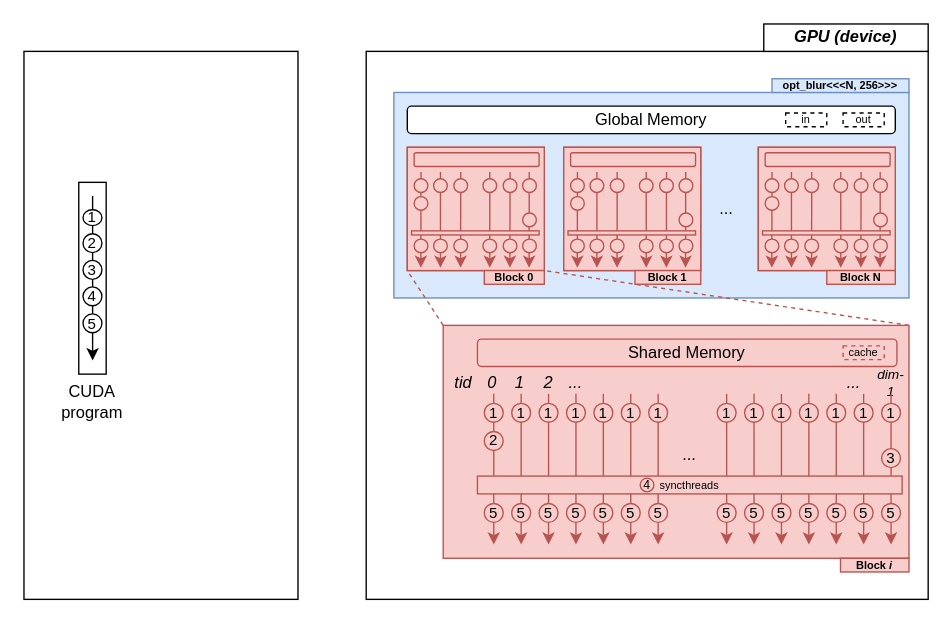
This is diag.drawio from hhkit/draw-io-bin, a draw.io file, before an edit. Source tidied: cells renumbered, new cells numbered last; positions are measured from the earlier drawing's top-left corner, leaving out a move shared by most shapes. Both pictures are drawn from the tidied source at 137%, with x=0, y=0 at pixel (23, 23).
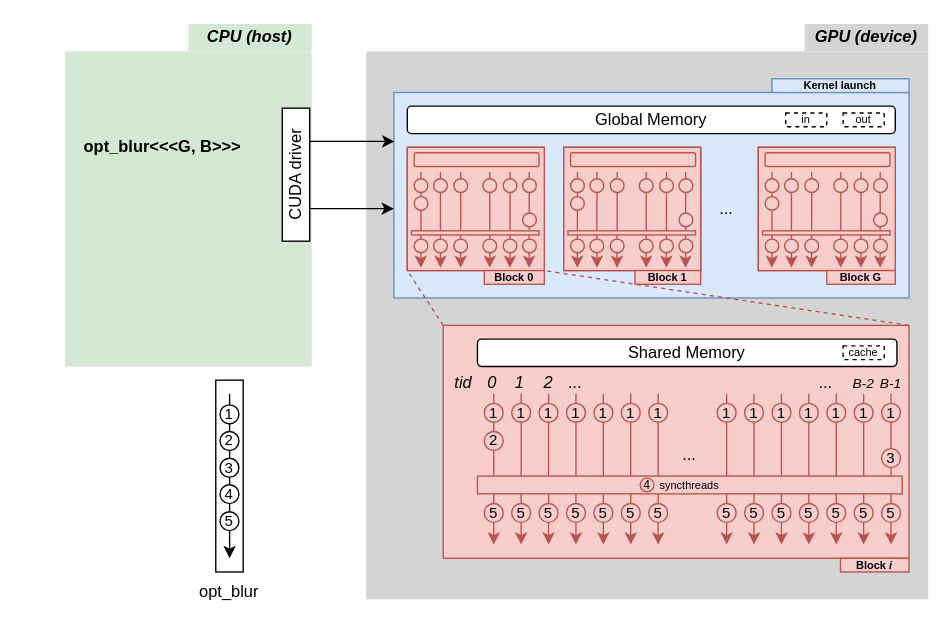
The same diagram, later.

The change refers to these unchanged cells:
```xml
<mxCell id="7" style="rounded=0;whiteSpace=wrap;html=1;labelBackgroundColor=none;fillColor=#dae8fc;strokeColor=#6c8ebf;" parent="1" vertex="1">
  <mxGeometry x="270" y="50" width="376" height="150" as="geometry" />
</mxCell>
```

What changed in the source:
```diff
@@
-    <mxCell id="2" style="rounded=0;whiteSpace=wrap;html=1;" parent="1" vertex="1">
-      <mxGeometry y="20" width="200" height="400" as="geometry" />
+    <mxCell id="2" style="rounded=0;whiteSpace=wrap;html=1;strokeColor=none;fillColor=#d5e8d4;" parent="1" vertex="1">
+      <mxGeometry x="30" y="20" width="180" height="230" as="geometry" />
     </mxCell>
+    <mxCell id="153" value="&lt;i&gt;CPU (host)&lt;br&gt;&lt;/i&gt;" style="rounded=0;whiteSpace=wrap;html=1;fontStyle=1;strokeColor=none;fillColor=#d5e8d4;" parent="1" vertex="1">
+      <mxGeometry x="120" width="90" height="20" as="geometry" />
+    </mxCell>
+    <mxCell id="154" value="CUDA driver" style="rounded=0;whiteSpace=wrap;html=1;rotation=-90;" parent="1" vertex="1">
+      <mxGeometry x="150" y="100" width="97.1" height="20" as="geometry" />
+    </mxCell>
-    <mxCell id="3" style="rounded=0;whiteSpace=wrap;html=1;" parent="1" vertex="1">
+    <mxCell id="3" style="rounded=0;whiteSpace=wrap;html=1;strokeColor=none;fillColor=#D4D4D4;" parent="1" vertex="1">
       <mxGeometry x="249.8" y="20" width="410.2" height="400" as="geometry" />
     </mxCell>
-    <mxCell id="4" style="rounded=0;whiteSpace=wrap;html=1;" parent="1" vertex="1">
-      <mxGeometry x="40" y="115.6" width="20" height="140" as="geometry" />
-    </mxCell>
@@
-    <mxCell id="6" value="Shared Memory" style="rounded=1;whiteSpace=wrap;html=1;labelBackgroundColor=none;fillColor=#f8cecc;strokeColor=#b85450;" parent="1" vertex="1">
+    <mxCell id="6" value="Shared Memory" style="rounded=1;whiteSpace=wrap;html=1;labelBackgroundColor=none;" parent="1" vertex="1">
       <mxGeometry x="331" y="230" width="306.2" height="20" as="geometry" />
     </mxCell>
@@
-    <mxCell id="83" value="cache" style="rounded=0;whiteSpace=wrap;html=1;fontSize=8;dashed=1;labelBackgroundColor=none;fillColor=#f8cecc;strokeColor=#b85450;" parent="1" vertex="1">
+    <mxCell id="83" value="cache" style="rounded=0;whiteSpace=wrap;html=1;fontSize=8;dashed=1;labelBackgroundColor=none;" parent="1" vertex="1">
       <mxGeometry x="597.9" y="235" width="30" height="10" as="geometry" />
     </mxCell>
@@
-    <mxCell id="88" value="Block N" style="rounded=0;whiteSpace=wrap;html=1;fontSize=8;labelBackgroundColor=none;fillColor=#f8cecc;strokeColor=#b85450;fontStyle=1;" parent="1" vertex="1">
+    <mxCell id="88" value="Block G" style="rounded=0;whiteSpace=wrap;html=1;fontSize=8;labelBackgroundColor=none;fillColor=#f8cecc;strokeColor=#b85450;fontStyle=1;" parent="1" vertex="1">
       <mxGeometry x="586" y="180" width="50" height="10" as="geometry" />
     </mxCell>
@@
-    <mxCell id="91" value="dim-1" style="text;html=1;strokeColor=none;fillColor=#f8cecc;align=center;verticalAlign=middle;whiteSpace=wrap;rounded=0;fontStyle=2;fontSize=10;labelBackgroundColor=none;" parent="1" vertex="1">
+    <mxCell id="91" value="B-1" style="text;html=1;strokeColor=none;fillColor=#f8cecc;align=center;verticalAlign=middle;whiteSpace=wrap;rounded=0;fontStyle=2;fontSize=10;labelBackgroundColor=none;" parent="1" vertex="1">
       <mxGeometry x="622.9" y="257" width="20" height="10" as="geometry" />
     </mxCell>
@@
     <mxCell id="95" value="..." style="text;html=1;strokeColor=none;fillColor=#f8cecc;align=center;verticalAlign=middle;whiteSpace=wrap;rounded=0;fontStyle=2;labelBackgroundColor=none;" parent="1" vertex="1">
-      <mxGeometry x="596" y="257" width="20" height="10" as="geometry" />
+      <mxGeometry x="576" y="257" width="20" height="10" as="geometry" />
     </mxCell>
@@
-    <mxCell id="144" value="opt_blur&amp;lt;&amp;lt;&amp;lt;N, 256&amp;gt;&amp;gt;&amp;gt;" style="rounded=0;whiteSpace=wrap;html=1;fontSize=8;labelBackgroundColor=none;fillColor=#dae8fc;strokeColor=#6c8ebf;fontStyle=1;" parent="1" vertex="1">
+    <mxCell id="144" value="Kernel launch" style="rounded=0;whiteSpace=wrap;html=1;fontSize=8;labelBackgroundColor=none;fillColor=#dae8fc;strokeColor=#6c8ebf;fontStyle=1;" parent="1" vertex="1">
       <mxGeometry x="546" y="40" width="100" height="10" as="geometry" />
     </mxCell>
@@
+    <mxCell id="155" value="&lt;i&gt;GPU (device)&lt;br&gt;&lt;/i&gt;" style="rounded=0;whiteSpace=wrap;html=1;fontStyle=1;strokeColor=none;fillColor=#D4D4D4;" parent="1" vertex="1">
+      <mxGeometry x="569.8" width="90.2" height="20" as="geometry" />
+    </mxCell>
+    <mxCell id="156" style="endArrow=classic;html=1;rounded=0;exitX=0.75;exitY=1;exitDx=0;exitDy=0;entryX=0.001;entryY=0.238;entryDx=0;entryDy=0;entryPerimeter=0;" parent="1" edge="1" source="154" target="7">
+      <mxGeometry relative="1" as="geometry" />
+    </mxCell>
+    <mxCell id="157" style="endArrow=classic;html=1;rounded=0;exitX=0.75;exitY=1;exitDx=0;exitDy=0;entryX=0.001;entryY=0.238;entryDx=0;entryDy=0;entryPerimeter=0;" parent="1" edge="1">
+      <mxGeometry relative="1" as="geometry">
+        <mxPoint x="209" y="134.8" as="sourcePoint" />
+        <mxPoint x="270" y="134.8" as="targetPoint" />
+      </mxGeometry>
+    </mxCell>
+    <mxCell id="4" style="rounded=0;whiteSpace=wrap;html=1;" parent="1" vertex="1">
+      <mxGeometry x="140" y="260" width="20" height="140" as="geometry" />
+    </mxCell>
     <mxCell id="146" style="endArrow=classic;html=1;rounded=0;labelBackgroundColor=none;fontColor=default;" parent="1" edge="1">
       <mxGeometry relative="1" as="geometry">
-        <mxPoint x="50.1" y="125.6" as="sourcePoint" />
-        <mxPoint x="50.1" y="245.6" as="targetPoint" />
+        <mxPoint x="150.1" y="270" as="sourcePoint" />
+        <mxPoint x="150.1" y="390" as="targetPoint" />
       </mxGeometry>
     </mxCell>
     <mxCell id="147" value="1" style="ellipse;whiteSpace=wrap;html=1;align=center;fontSize=11;labelBackgroundColor=none;" parent="1" vertex="1">
-      <mxGeometry x="43.1" y="135.6" width="13.8" height="11.6" as="geometry" />
+      <mxGeometry x="143.1" y="278" width="13.8" height="13.8" as="geometry" />
     </mxCell>
     <mxCell id="148" value="2" style="ellipse;whiteSpace=wrap;html=1;align=center;fontSize=11;labelBackgroundColor=none;" parent="1" vertex="1">
-      <mxGeometry x="43.1" y="153.1" width="13.8" height="13.8" as="geometry" />
+      <mxGeometry x="143.1" y="297.5" width="13.8" height="13.8" as="geometry" />
     </mxCell>
     <mxCell id="149" value="3" style="ellipse;whiteSpace=wrap;html=1;align=center;fontSize=11;labelBackgroundColor=none;" parent="1" vertex="1">
-      <mxGeometry x="43.1" y="172.6" width="13.8" height="13.8" as="geometry" />
+      <mxGeometry x="143.1" y="317" width="13.8" height="13.8" as="geometry" />
     </mxCell>
     <mxCell id="150" value="4" style="ellipse;whiteSpace=wrap;html=1;align=center;fontSize=11;labelBackgroundColor=none;" parent="1" vertex="1">
-      <mxGeometry x="43.1" y="191.9" width="13.8" height="13.8" as="geometry" />
+      <mxGeometry x="143.1" y="336.3" width="13.8" height="13.8" as="geometry" />
     </mxCell>
     <mxCell id="151" value="5" style="ellipse;whiteSpace=wrap;html=1;align=center;fontSize=11;labelBackgroundColor=none;" parent="1" vertex="1">
-      <mxGeometry x="43.1" y="211.6" width="13.8" height="13.8" as="geometry" />
+      <mxGeometry x="143.1" y="356" width="13.8" height="13.8" as="geometry" />
     </mxCell>
-    <mxCell id="152" value="CUDA program" style="text;html=1;strokeColor=none;fillColor=none;align=center;verticalAlign=middle;whiteSpace=wrap;rounded=0;" parent="1" vertex="1">
-      <mxGeometry x="20" y="260.6" width="60" height="30" as="geometry" />
+    <mxCell id="152" value="opt_blur" style="text;html=1;strokeColor=none;fillColor=none;align=center;verticalAlign=middle;whiteSpace=wrap;rounded=0;" parent="1" vertex="1">
+      <mxGeometry x="120" y="400" width="60" height="30" as="geometry" />
     </mxCell>
-    <mxCell id="153" value="&lt;i&gt;GPU (device)&lt;br&gt;&lt;/i&gt;" style="rounded=0;whiteSpace=wrap;html=1;fontStyle=1;" parent="1" vertex="1">
-      <mxGeometry x="540" width="120" height="20" as="geometry" />
-    </mxCell>
+    <mxCell id="158" value="opt_blur&amp;lt;&amp;lt;&amp;lt;G, B&amp;gt;&amp;gt;&amp;gt;" style="text;whiteSpace=wrap;html=1;fontStyle=1;rotation=0;spacing=0;spacingTop=-2;spacingLeft=4;" parent="1" vertex="1">
+      <mxGeometry x="40" y="80" width="130" height="20" as="geometry" />
+    </mxCell>
+    <mxCell id="159" value="B-2" style="text;html=1;strokeColor=none;fillColor=#f8cecc;align=center;verticalAlign=middle;whiteSpace=wrap;rounded=0;fontStyle=2;fontSize=10;labelBackgroundColor=none;" parent="1" vertex="1">
+      <mxGeometry x="602.9" y="257" width="20" height="10" as="geometry" />
+    </mxCell>
```
